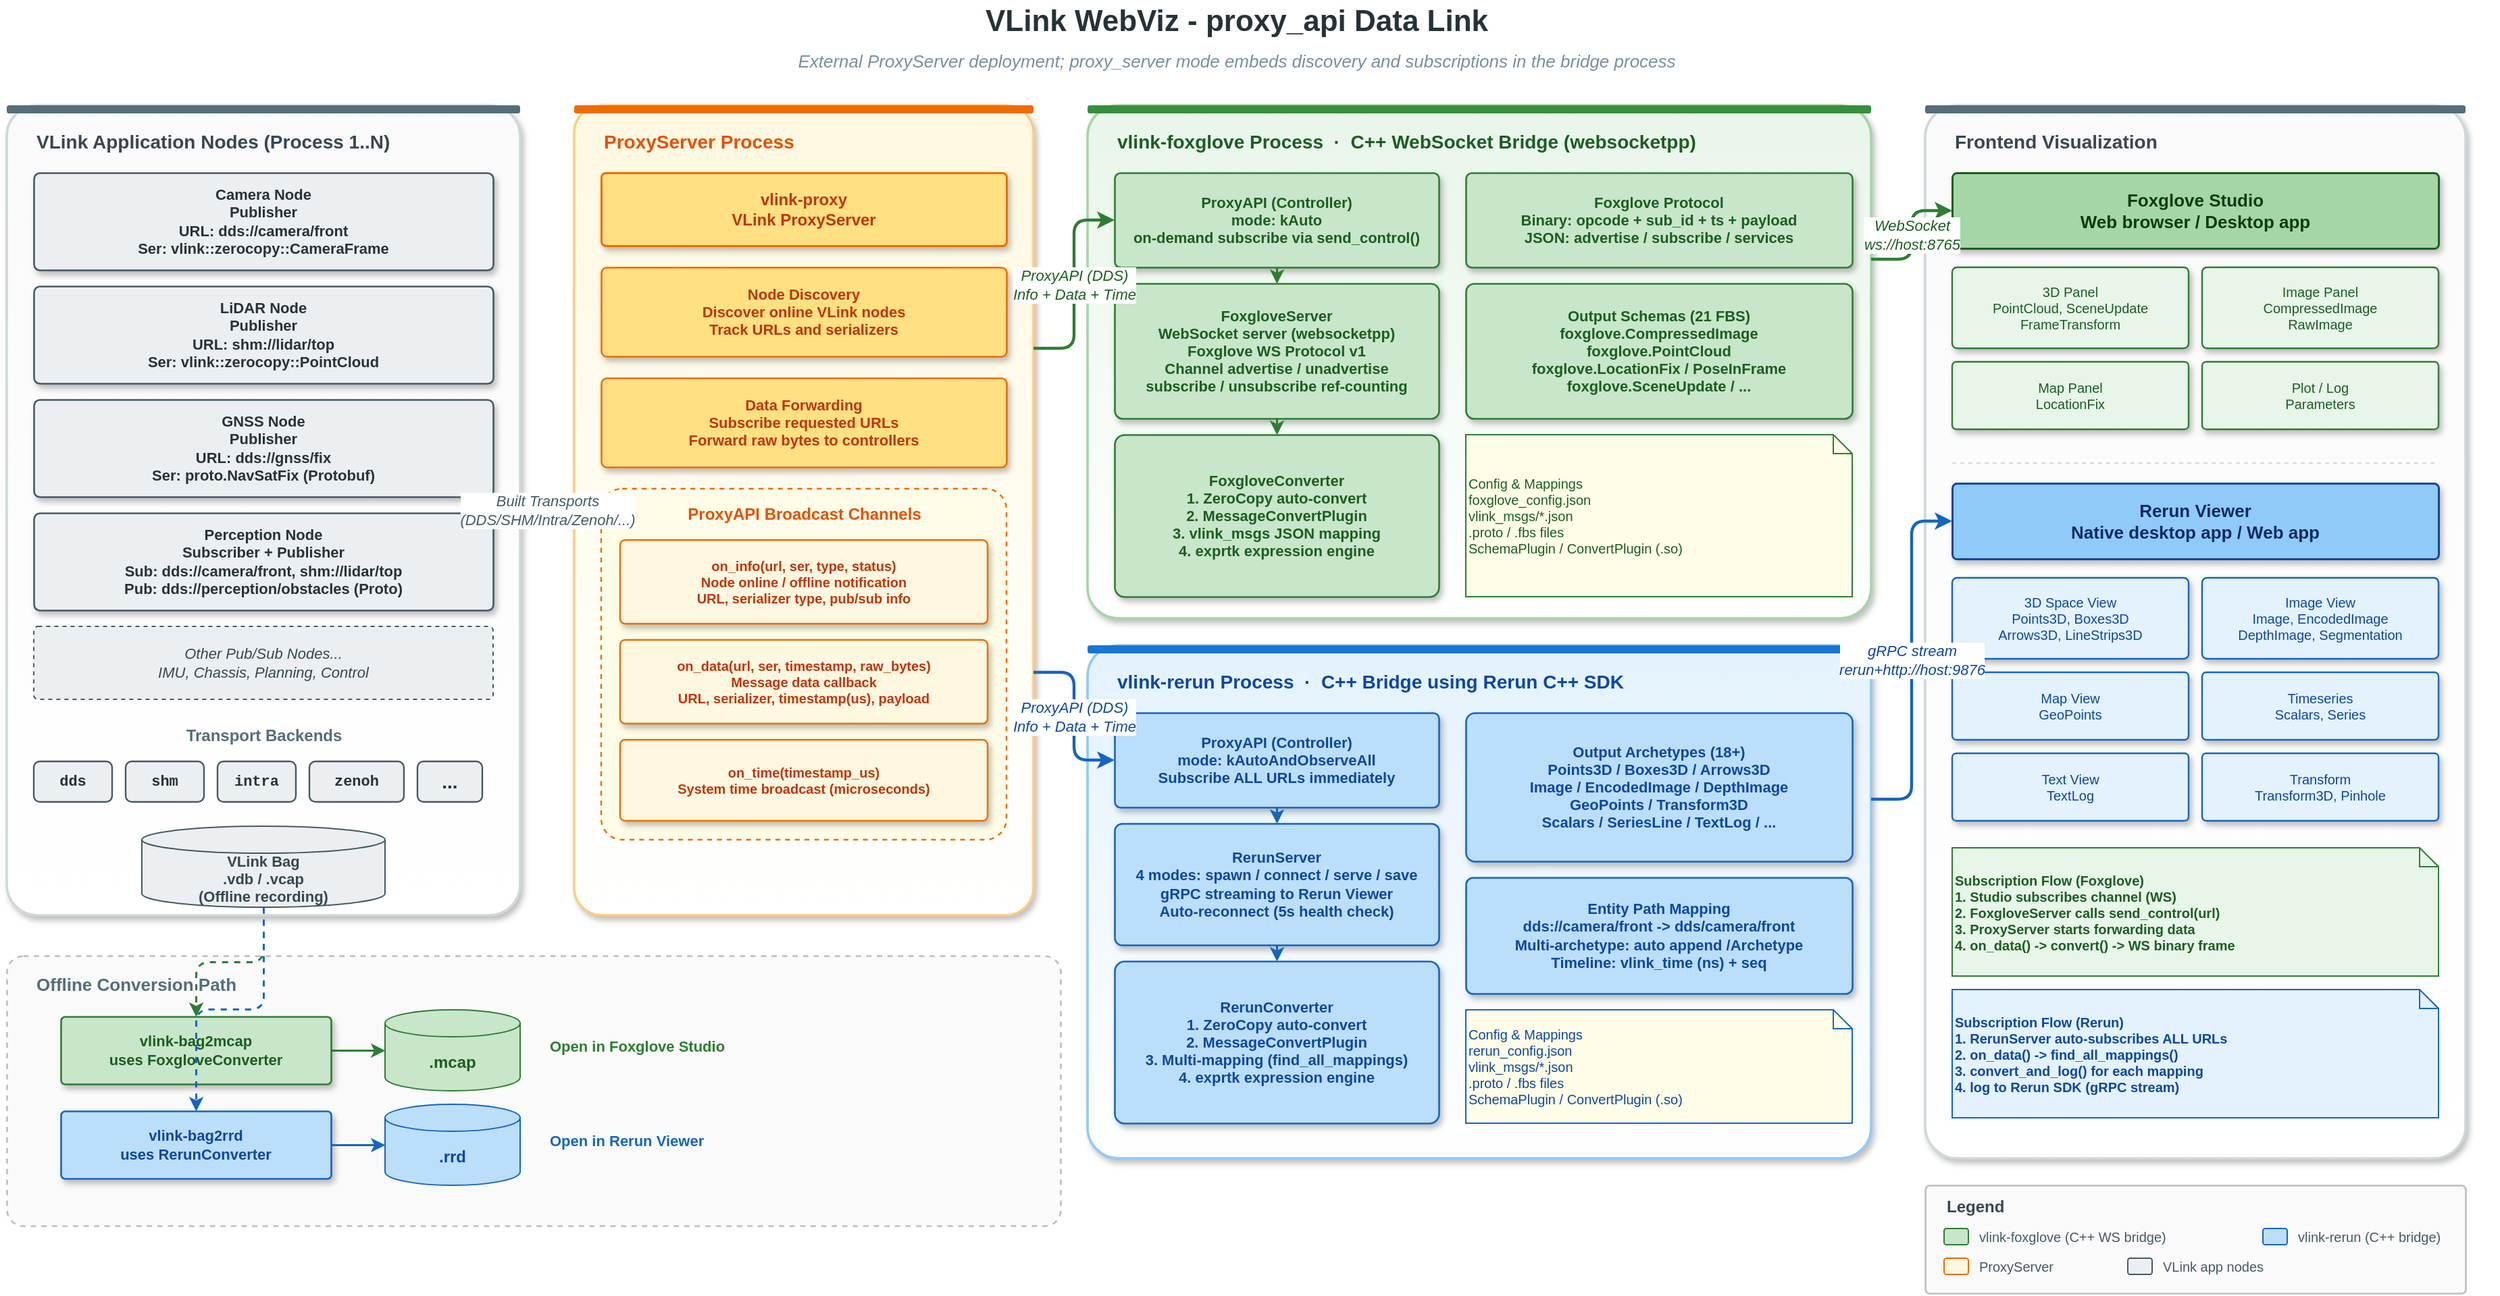
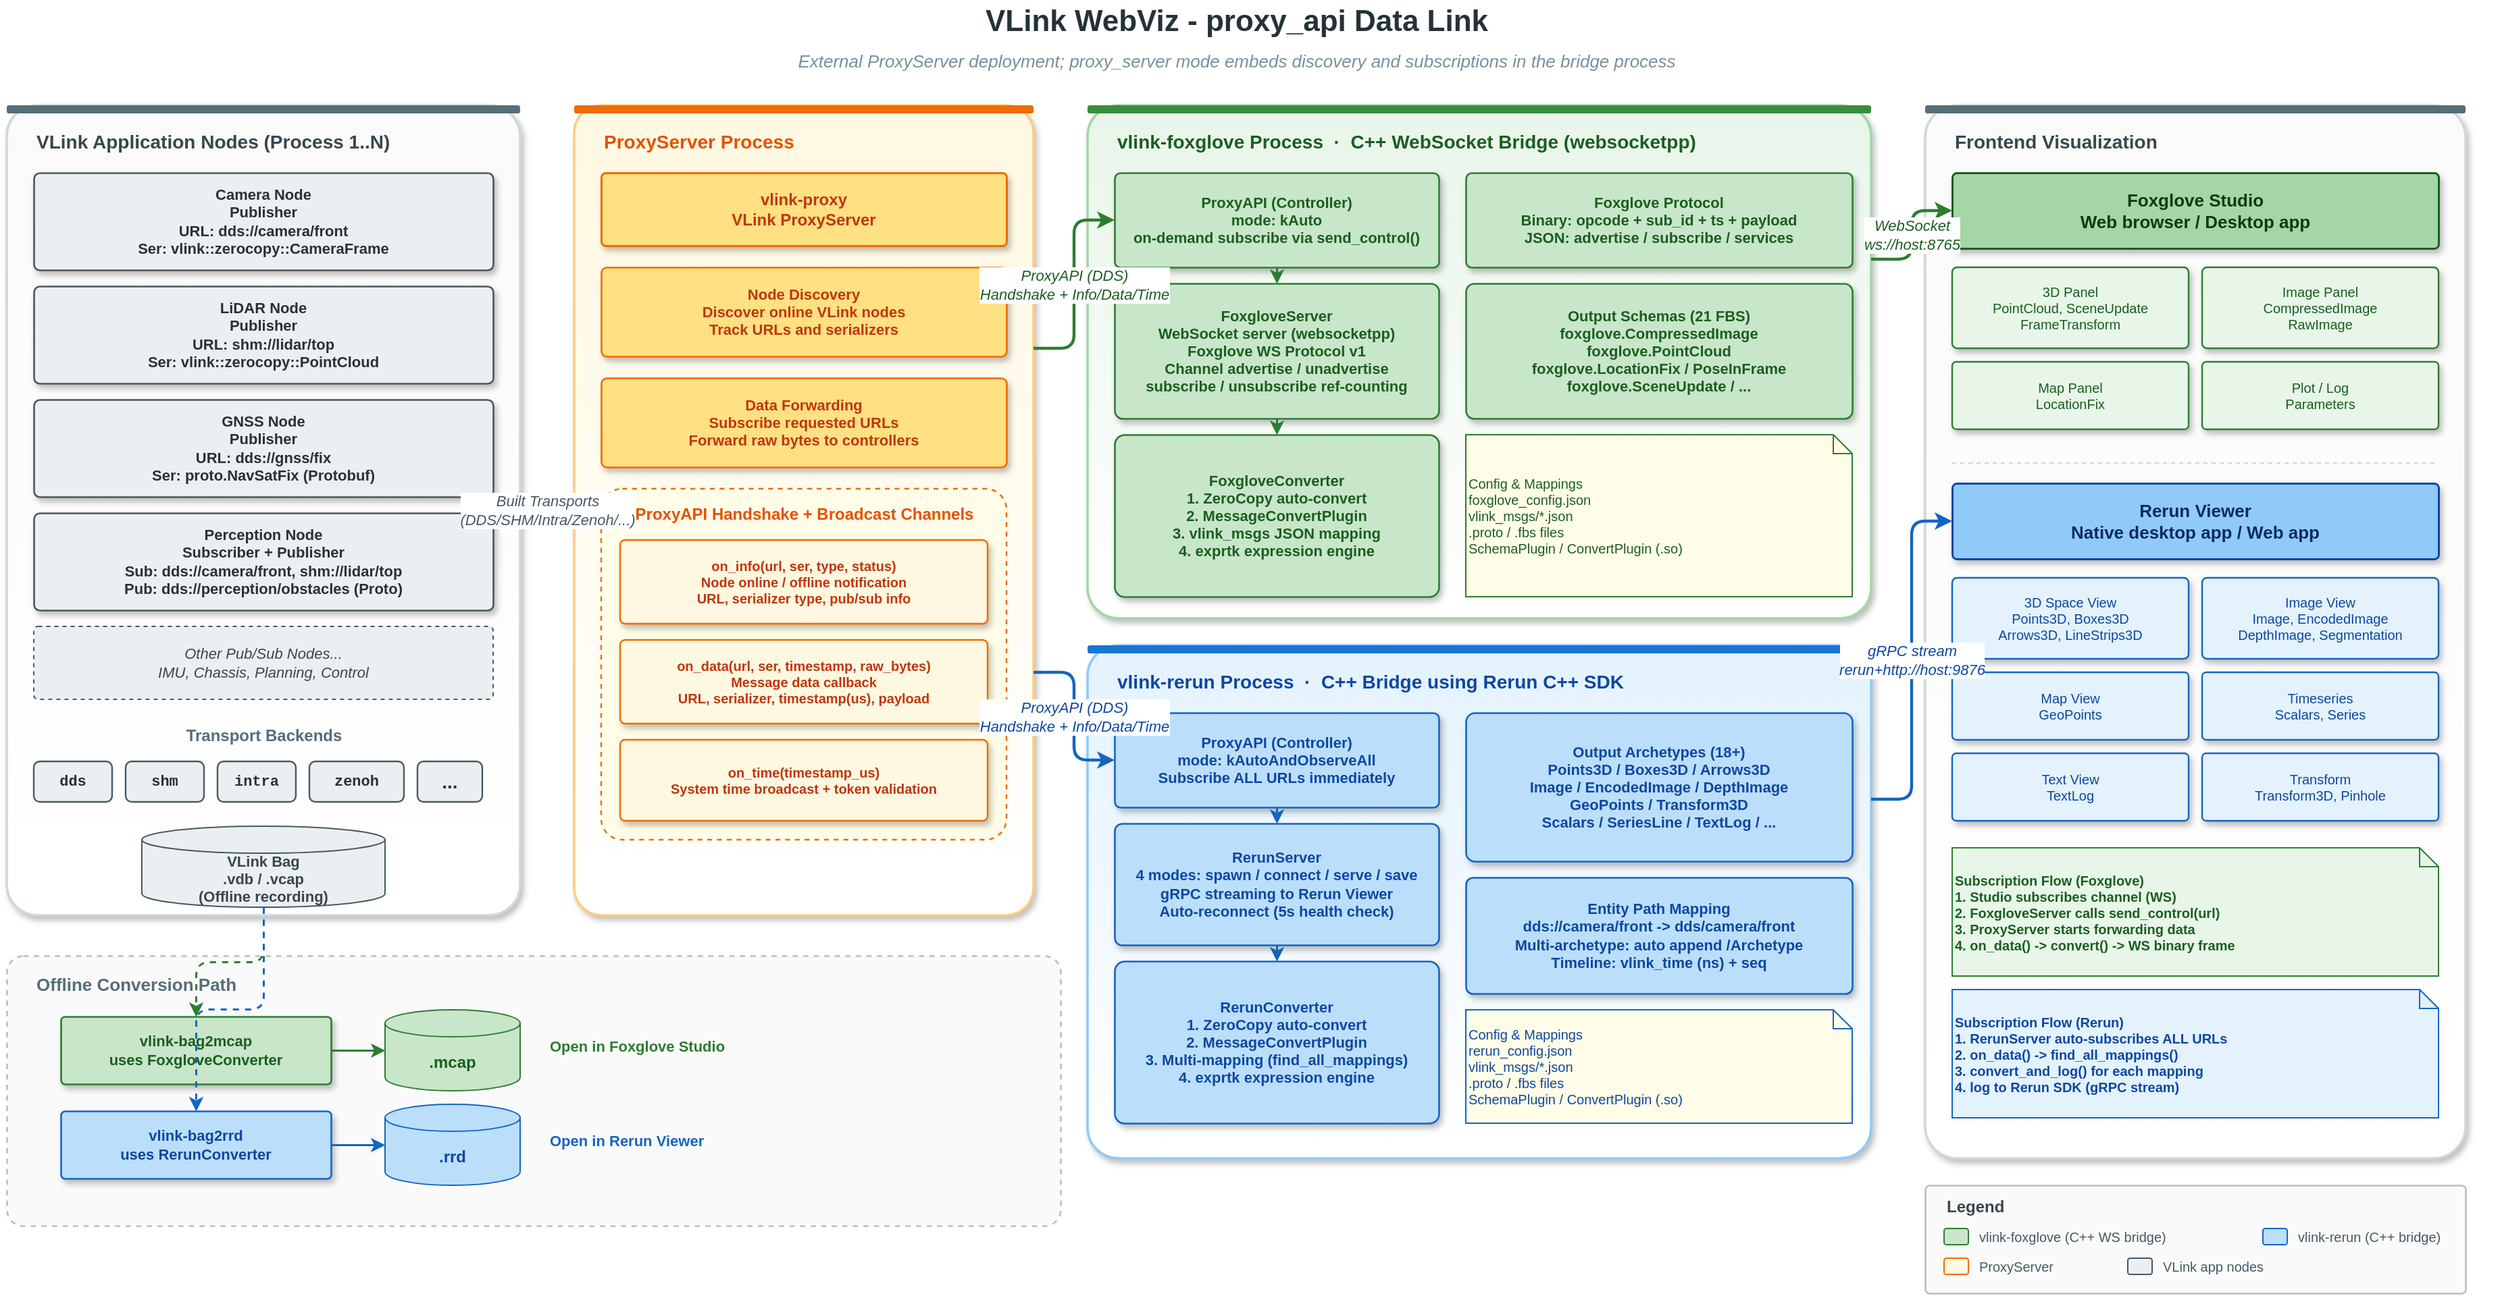
<mxfile host="app.diagrams.net" modified="2026-04-23T00:00:00.000Z" agent="Claude" version="24.0.0" type="device">
  <diagram id="webviz-datalink" name="WebViz Data Link">
    <mxGraphModel dx="1900" dy="1000" grid="0" gridSize="10" guides="1" tooltips="1" connect="1" arrows="1" fold="1" page="1" pageScale="1" pageWidth="1900" pageHeight="1000" math="0" shadow="0">
      <root>
        <mxCell id="0" />
        <mxCell id="1" parent="0" />

        <!-- Title -->
        <mxCell id="title" value="VLink WebViz - proxy_api Data Link" style="text;html=1;align=center;verticalAlign=middle;strokeColor=none;fillColor=none;fontSize=22;fontStyle=1;fontColor=#263238;" vertex="1" parent="1">
          <mxGeometry x="40" y="22" width="1820" height="32" as="geometry" />
        </mxCell>
        <mxCell id="subtitle" value="External ProxyServer deployment; proxy_server mode embeds discovery and subscriptions in the bridge process" style="text;html=1;align=center;verticalAlign=middle;strokeColor=none;fillColor=none;fontSize=13;fontStyle=2;fontColor=#78909c;" vertex="1" parent="1">
          <mxGeometry x="40" y="56" width="1820" height="22" as="geometry" />
        </mxCell>

        <!-- ==================== Column 1: Application Nodes ==================== -->
        <mxCell id="app_bg" value="" style="rounded=1;whiteSpace=wrap;html=1;fillColor=#ffffff;strokeColor=#cfd8dc;strokeWidth=1.8;arcSize=6;shadow=1;gradientColor=#fafafa;gradientDirection=north;" vertex="1" parent="1">
          <mxGeometry x="40" y="100" width="380" height="600" as="geometry" />
        </mxCell>
        <mxCell id="app_bar" value="" style="rounded=1;whiteSpace=wrap;html=1;fillColor=#546e7a;strokeColor=none;arcSize=30;" vertex="1" parent="1">
          <mxGeometry x="40" y="100" width="380" height="6" as="geometry" />
        </mxCell>
        <mxCell id="app_title" value="VLink Application Nodes (Process 1..N)" style="text;html=1;align=left;verticalAlign=middle;strokeColor=none;fillColor=none;fontSize=14;fontStyle=1;fontColor=#37474f;" vertex="1" parent="1">
          <mxGeometry x="60" y="114" width="340" height="26" as="geometry" />
        </mxCell>

        <!-- Camera Node -->
        <mxCell id="node1" value="Camera Node&#10;Publisher&lt;CameraFrame&gt;&#10;URL: dds://camera/front&#10;Ser: vlink::zerocopy::CameraFrame" style="rounded=1;whiteSpace=wrap;html=1;fillColor=#eceff1;strokeColor=#455a64;strokeWidth=1.3;fontSize=11;fontStyle=1;fontColor=#263238;shadow=1;arcSize=6;" vertex="1" parent="1">
          <mxGeometry x="60" y="150" width="340" height="72" as="geometry" />
        </mxCell>

        <!-- LiDAR Node -->
        <mxCell id="node2" value="LiDAR Node&#10;Publisher&lt;PointCloud&gt;&#10;URL: shm://lidar/top&#10;Ser: vlink::zerocopy::PointCloud" style="rounded=1;whiteSpace=wrap;html=1;fillColor=#eceff1;strokeColor=#455a64;strokeWidth=1.3;fontSize=11;fontStyle=1;fontColor=#263238;shadow=1;arcSize=6;" vertex="1" parent="1">
          <mxGeometry x="60" y="234" width="340" height="72" as="geometry" />
        </mxCell>

        <!-- GNSS Node -->
        <mxCell id="node3" value="GNSS Node&#10;Publisher&lt;NavSatFix&gt;&#10;URL: dds://gnss/fix&#10;Ser: proto.NavSatFix (Protobuf)" style="rounded=1;whiteSpace=wrap;html=1;fillColor=#eceff1;strokeColor=#455a64;strokeWidth=1.3;fontSize=11;fontStyle=1;fontColor=#263238;shadow=1;arcSize=6;" vertex="1" parent="1">
          <mxGeometry x="60" y="318" width="340" height="72" as="geometry" />
        </mxCell>

        <!-- Perception Node (slightly different neutral color to indicate sub+pub) -->
        <mxCell id="node4" value="Perception Node&#10;Subscriber + Publisher&#10;Sub: dds://camera/front, shm://lidar/top&#10;Pub: dds://perception/obstacles (Proto)" style="rounded=1;whiteSpace=wrap;html=1;fillColor=#eceff1;strokeColor=#455a64;strokeWidth=1.3;fontSize=11;fontStyle=1;fontColor=#263238;shadow=1;arcSize=6;" vertex="1" parent="1">
          <mxGeometry x="60" y="402" width="340" height="72" as="geometry" />
        </mxCell>

        <!-- Other nodes placeholder -->
        <mxCell id="node5" value="Other Pub/Sub Nodes...&#10;IMU, Chassis, Planning, Control" style="rounded=1;whiteSpace=wrap;html=1;fillColor=#eceff1;strokeColor=#455a64;strokeWidth=1;fontSize=11;fontStyle=2;fontColor=#37474f;shadow=0;arcSize=6;dashed=1;" vertex="1" parent="1">
          <mxGeometry x="60" y="486" width="340" height="54" as="geometry" />
        </mxCell>

        <!-- Transport chips -->
        <mxCell id="transport_label" value="Transport Backends" style="text;html=1;align=center;verticalAlign=middle;strokeColor=none;fillColor=none;fontSize=12;fontStyle=1;fontColor=#546e7a;" vertex="1" parent="1">
          <mxGeometry x="60" y="556" width="340" height="22" as="geometry" />
        </mxCell>
        <mxCell id="t_dds" value="dds" style="rounded=1;whiteSpace=wrap;html=1;fillColor=#eceff1;strokeColor=#455a64;strokeWidth=1.2;fontSize=11;fontFamily=Courier New;fontStyle=1;fontColor=#263238;" vertex="1" parent="1">
          <mxGeometry x="60" y="586" width="58" height="30" as="geometry" />
        </mxCell>
        <mxCell id="t_shm" value="shm" style="rounded=1;whiteSpace=wrap;html=1;fillColor=#eceff1;strokeColor=#455a64;strokeWidth=1.2;fontSize=11;fontFamily=Courier New;fontStyle=1;fontColor=#263238;" vertex="1" parent="1">
          <mxGeometry x="128" y="586" width="58" height="30" as="geometry" />
        </mxCell>
        <mxCell id="t_intra" value="intra" style="rounded=1;whiteSpace=wrap;html=1;fillColor=#eceff1;strokeColor=#455a64;strokeWidth=1.2;fontSize=11;fontFamily=Courier New;fontStyle=1;fontColor=#263238;" vertex="1" parent="1">
          <mxGeometry x="196" y="586" width="58" height="30" as="geometry" />
        </mxCell>
        <mxCell id="t_zenoh" value="zenoh" style="rounded=1;whiteSpace=wrap;html=1;fillColor=#eceff1;strokeColor=#455a64;strokeWidth=1.2;fontSize=11;fontFamily=Courier New;fontStyle=1;fontColor=#263238;" vertex="1" parent="1">
          <mxGeometry x="264" y="586" width="70" height="30" as="geometry" />
        </mxCell>
        <mxCell id="t_more" value="..." style="rounded=1;whiteSpace=wrap;html=1;fillColor=#eceff1;strokeColor=#455a64;strokeWidth=1.2;fontSize=14;fontStyle=1;fontColor=#263238;" vertex="1" parent="1">
          <mxGeometry x="344" y="586" width="48" height="30" as="geometry" />
        </mxCell>

        <mxCell id="offline_bag" value="VLink Bag&#10;.vdb / .vcap&#10;(Offline recording)" style="shape=cylinder3;whiteSpace=wrap;html=1;boundedLbl=1;backgroundOutline=1;size=10;fillColor=#eceff1;strokeColor=#455a64;fontSize=11;fontStyle=1;fontColor=#37474f;" vertex="1" parent="1">
          <mxGeometry x="140" y="634" width="180" height="60" as="geometry" />
        </mxCell>

        <!-- ==================== Column 2: ProxyServer ==================== -->
        <mxCell id="proxy_bg" value="" style="rounded=1;whiteSpace=wrap;html=1;fillColor=#ffffff;strokeColor=#ffcc80;strokeWidth=1.8;arcSize=6;shadow=1;gradientColor=#fff8e1;gradientDirection=north;" vertex="1" parent="1">
          <mxGeometry x="460" y="100" width="340" height="600" as="geometry" />
        </mxCell>
        <mxCell id="proxy_bar" value="" style="rounded=1;whiteSpace=wrap;html=1;fillColor=#ef6c00;strokeColor=none;arcSize=30;" vertex="1" parent="1">
          <mxGeometry x="460" y="100" width="340" height="6" as="geometry" />
        </mxCell>
        <mxCell id="proxy_title" value="ProxyServer Process" style="text;html=1;align=left;verticalAlign=middle;strokeColor=none;fillColor=none;fontSize=14;fontStyle=1;fontColor=#e65100;" vertex="1" parent="1">
          <mxGeometry x="480" y="114" width="300" height="26" as="geometry" />
        </mxCell>

        <mxCell id="proxy_core" value="vlink-proxy&#10;VLink ProxyServer" style="rounded=1;whiteSpace=wrap;html=1;fillColor=#ffe082;strokeColor=#ef6c00;strokeWidth=1.5;fontSize=12;fontStyle=1;fontColor=#bf360c;shadow=1;arcSize=6;" vertex="1" parent="1">
          <mxGeometry x="480" y="150" width="300" height="54" as="geometry" />
        </mxCell>

        <mxCell id="proxy_discover" value="Node Discovery&#10;Discover online VLink nodes&#10;Track URLs and serializers" style="rounded=1;whiteSpace=wrap;html=1;fillColor=#ffe082;strokeColor=#ef6c00;strokeWidth=1.3;fontSize=11;fontStyle=1;fontColor=#bf360c;shadow=1;arcSize=6;" vertex="1" parent="1">
          <mxGeometry x="480" y="220" width="300" height="66" as="geometry" />
        </mxCell>

        <mxCell id="proxy_forward" value="Data Forwarding&#10;Subscribe requested URLs&#10;Forward raw bytes to controllers" style="rounded=1;whiteSpace=wrap;html=1;fillColor=#ffe082;strokeColor=#ef6c00;strokeWidth=1.3;fontSize=11;fontStyle=1;fontColor=#bf360c;shadow=1;arcSize=6;" vertex="1" parent="1">
          <mxGeometry x="480" y="302" width="300" height="66" as="geometry" />
        </mxCell>

        <!-- ProxyAPI callbacks container -->
        <mxCell id="proxy_api_box" value="" style="rounded=1;whiteSpace=wrap;html=1;fillColor=#fffde7;strokeColor=#ef6c00;strokeWidth=1.2;arcSize=6;dashed=1;" vertex="1" parent="1">
          <mxGeometry x="480" y="384" width="300" height="260" as="geometry" />
        </mxCell>
-         <mxCell id="proxy_api_title" value="ProxyAPI Broadcast Channels" style="text;html=1;align=center;verticalAlign=middle;strokeColor=none;fillColor=none;fontSize=12;fontStyle=1;fontColor=#e65100;" vertex="1" parent="1">
+         <mxCell id="proxy_api_title" value="ProxyAPI Handshake + Broadcast Channels" style="text;html=1;align=center;verticalAlign=middle;strokeColor=none;fillColor=none;fontSize=12;fontStyle=1;fontColor=#e65100;" vertex="1" parent="1">
          <mxGeometry x="480" y="392" width="300" height="22" as="geometry" />
        </mxCell>

        <mxCell id="cb_info" value="on_info(url, ser, type, status)&#10;Node online / offline notification&#10;URL, serializer type, pub/sub info" style="rounded=1;whiteSpace=wrap;html=1;fillColor=#fff8e1;strokeColor=#ef6c00;strokeWidth=1.2;fontSize=10;fontStyle=1;fontColor=#bf360c;shadow=1;arcSize=6;" vertex="1" parent="1">
          <mxGeometry x="494" y="422" width="272" height="62" as="geometry" />
        </mxCell>

        <mxCell id="cb_data" value="on_data(url, ser, timestamp, raw_bytes)&#10;Message data callback&#10;URL, serializer, timestamp(us), payload" style="rounded=1;whiteSpace=wrap;html=1;fillColor=#fff8e1;strokeColor=#ef6c00;strokeWidth=1.2;fontSize=10;fontStyle=1;fontColor=#bf360c;shadow=1;arcSize=6;" vertex="1" parent="1">
          <mxGeometry x="494" y="496" width="272" height="62" as="geometry" />
        </mxCell>

-         <mxCell id="cb_time" value="on_time(timestamp_us)&#10;System time broadcast (microseconds)" style="rounded=1;whiteSpace=wrap;html=1;fillColor=#fff8e1;strokeColor=#ef6c00;strokeWidth=1.2;fontSize=10;fontStyle=1;fontColor=#bf360c;shadow=1;arcSize=6;" vertex="1" parent="1">
+         <mxCell id="cb_time" value="on_time(timestamp_us)&#10;System time broadcast + token validation" style="rounded=1;whiteSpace=wrap;html=1;fillColor=#fff8e1;strokeColor=#ef6c00;strokeWidth=1.2;fontSize=10;fontStyle=1;fontColor=#bf360c;shadow=1;arcSize=6;" vertex="1" parent="1">
          <mxGeometry x="494" y="570" width="272" height="60" as="geometry" />
        </mxCell>

        <!-- App -> Proxy arrow -->
        <mxCell id="e_app_proxy" value="Built Transports&#10;(DDS/SHM/Intra/Zenoh/...)" style="endArrow=classic;endFill=1;html=1;strokeWidth=2.2;strokeColor=#616161;fontSize=11;fontStyle=2;fontColor=#455a64;labelBackgroundColor=#ffffff;edgeStyle=orthogonalEdgeStyle;rounded=1;exitX=1;exitY=0.5;exitDx=0;exitDy=0;entryX=0;entryY=0.5;entryDx=0;entryDy=0;" edge="1" source="app_bg" target="proxy_bg" parent="1">
          <mxGeometry relative="1" as="geometry" />
        </mxCell>

        <!-- ==================== Column 3: vlink-foxglove (GREEN) ==================== -->
        <mxCell id="fg_bg" value="" style="rounded=1;whiteSpace=wrap;html=1;fillColor=#ffffff;strokeColor=#a5d6a7;strokeWidth=1.8;arcSize=6;shadow=1;gradientColor=#e8f5e9;gradientDirection=north;" vertex="1" parent="1">
          <mxGeometry x="840" y="100" width="580" height="380" as="geometry" />
        </mxCell>
        <mxCell id="fg_bar" value="" style="rounded=1;whiteSpace=wrap;html=1;fillColor=#388e3c;strokeColor=none;arcSize=30;" vertex="1" parent="1">
          <mxGeometry x="840" y="100" width="580" height="6" as="geometry" />
        </mxCell>
        <mxCell id="fg_title" value="vlink-foxglove Process &#160;&#183;&#160; C++ WebSocket Bridge (websocketpp)" style="text;html=1;align=left;verticalAlign=middle;strokeColor=none;fillColor=none;fontSize=14;fontStyle=1;fontColor=#1b5e20;" vertex="1" parent="1">
          <mxGeometry x="860" y="114" width="540" height="26" as="geometry" />
        </mxCell>

        <mxCell id="fg_proxy_api" value="ProxyAPI (Controller)&#10;mode: kAuto&#10;on-demand subscribe via send_control()" style="rounded=1;whiteSpace=wrap;html=1;fillColor=#c8e6c9;strokeColor=#2e7d32;strokeWidth=1.3;fontSize=11;fontStyle=1;fontColor=#1b5e20;shadow=1;arcSize=6;" vertex="1" parent="1">
          <mxGeometry x="860" y="150" width="240" height="70" as="geometry" />
        </mxCell>

        <mxCell id="fg_ws_server" value="FoxgloveServer&#10;WebSocket server (websocketpp)&#10;Foxglove WS Protocol v1&#10;Channel advertise / unadvertise&#10;subscribe / unsubscribe ref-counting" style="rounded=1;whiteSpace=wrap;html=1;fillColor=#c8e6c9;strokeColor=#2e7d32;strokeWidth=1.3;fontSize=11;fontStyle=1;fontColor=#1b5e20;shadow=1;arcSize=6;" vertex="1" parent="1">
          <mxGeometry x="860" y="232" width="240" height="100" as="geometry" />
        </mxCell>

        <mxCell id="fg_converter" value="FoxgloveConverter&#10;1. ZeroCopy auto-convert&#10;2. MessageConvertPlugin&#10;3. vlink_msgs JSON mapping&#10;4. exprtk expression engine" style="rounded=1;whiteSpace=wrap;html=1;fillColor=#c8e6c9;strokeColor=#2e7d32;strokeWidth=1.3;fontSize=11;fontStyle=1;fontColor=#1b5e20;shadow=1;arcSize=6;" vertex="1" parent="1">
          <mxGeometry x="860" y="344" width="240" height="120" as="geometry" />
        </mxCell>

        <mxCell id="fg_protocol" value="Foxglove Protocol&#10;Binary: opcode + sub_id + ts + payload&#10;JSON: advertise / subscribe / services" style="rounded=1;whiteSpace=wrap;html=1;fillColor=#c8e6c9;strokeColor=#2e7d32;strokeWidth=1.3;fontSize=11;fontStyle=1;fontColor=#1b5e20;shadow=1;arcSize=6;" vertex="1" parent="1">
          <mxGeometry x="1120" y="150" width="286" height="70" as="geometry" />
        </mxCell>

        <mxCell id="fg_schema_out" value="Output Schemas (21 FBS)&#10;foxglove.CompressedImage&#10;foxglove.PointCloud&#10;foxglove.LocationFix / PoseInFrame&#10;foxglove.SceneUpdate / ..." style="rounded=1;whiteSpace=wrap;html=1;fillColor=#c8e6c9;strokeColor=#2e7d32;strokeWidth=1.3;fontSize=11;fontStyle=1;fontColor=#1b5e20;shadow=1;arcSize=6;" vertex="1" parent="1">
          <mxGeometry x="1120" y="232" width="286" height="100" as="geometry" />
        </mxCell>

        <mxCell id="fg_config" value="Config &amp; Mappings&#10;foxglove_config.json&#10;vlink_msgs/*.json&#10;.proto / .fbs files&#10;SchemaPlugin / ConvertPlugin (.so)" style="shape=note;whiteSpace=wrap;html=1;backgroundOutline=1;size=14;fillColor=#fffde7;strokeColor=#2e7d32;fontSize=10;fontColor=#1b5e20;align=left;" vertex="1" parent="1">
          <mxGeometry x="1120" y="344" width="286" height="120" as="geometry" />
        </mxCell>

        <!-- internal arrows -->
        <mxCell id="e_fg1" style="endArrow=classic;endFill=1;html=1;strokeWidth=1.5;strokeColor=#2e7d32;edgeStyle=orthogonalEdgeStyle;rounded=1;" edge="1" source="fg_proxy_api" target="fg_ws_server" parent="1">
          <mxGeometry relative="1" as="geometry" />
        </mxCell>
        <mxCell id="e_fg2" style="endArrow=classic;endFill=1;html=1;strokeWidth=1.5;strokeColor=#2e7d32;edgeStyle=orthogonalEdgeStyle;rounded=1;" edge="1" source="fg_ws_server" target="fg_converter" parent="1">
          <mxGeometry relative="1" as="geometry" />
        </mxCell>

        <!-- ==================== Column 3: vlink-rerun (BLUE) ==================== -->
        <mxCell id="rr_bg" value="" style="rounded=1;whiteSpace=wrap;html=1;fillColor=#ffffff;strokeColor=#90caf9;strokeWidth=1.8;arcSize=6;shadow=1;gradientColor=#e3f2fd;gradientDirection=north;" vertex="1" parent="1">
          <mxGeometry x="840" y="500" width="580" height="380" as="geometry" />
        </mxCell>
        <mxCell id="rr_bar" value="" style="rounded=1;whiteSpace=wrap;html=1;fillColor=#1976d2;strokeColor=none;arcSize=30;" vertex="1" parent="1">
          <mxGeometry x="840" y="500" width="580" height="6" as="geometry" />
        </mxCell>
        <mxCell id="rr_title" value="vlink-rerun Process &#160;&#183;&#160; C++ Bridge using Rerun C++ SDK" style="text;html=1;align=left;verticalAlign=middle;strokeColor=none;fillColor=none;fontSize=14;fontStyle=1;fontColor=#0d47a1;" vertex="1" parent="1">
          <mxGeometry x="860" y="514" width="540" height="26" as="geometry" />
        </mxCell>

        <mxCell id="rr_proxy_api" value="ProxyAPI (Controller)&#10;mode: kAutoAndObserveAll&#10;Subscribe ALL URLs immediately" style="rounded=1;whiteSpace=wrap;html=1;fillColor=#bbdefb;strokeColor=#1565c0;strokeWidth=1.3;fontSize=11;fontStyle=1;fontColor=#0d47a1;shadow=1;arcSize=6;" vertex="1" parent="1">
          <mxGeometry x="860" y="550" width="240" height="70" as="geometry" />
        </mxCell>

        <mxCell id="rr_server" value="RerunServer&#10;4 modes: spawn / connect / serve / save&#10;gRPC streaming to Rerun Viewer&#10;Auto-reconnect (5s health check)" style="rounded=1;whiteSpace=wrap;html=1;fillColor=#bbdefb;strokeColor=#1565c0;strokeWidth=1.3;fontSize=11;fontStyle=1;fontColor=#0d47a1;shadow=1;arcSize=6;" vertex="1" parent="1">
          <mxGeometry x="860" y="632" width="240" height="90" as="geometry" />
        </mxCell>

        <mxCell id="rr_converter" value="RerunConverter&#10;1. ZeroCopy auto-convert&#10;2. MessageConvertPlugin&#10;3. Multi-mapping (find_all_mappings)&#10;4. exprtk expression engine" style="rounded=1;whiteSpace=wrap;html=1;fillColor=#bbdefb;strokeColor=#1565c0;strokeWidth=1.3;fontSize=11;fontStyle=1;fontColor=#0d47a1;shadow=1;arcSize=6;" vertex="1" parent="1">
          <mxGeometry x="860" y="734" width="240" height="120" as="geometry" />
        </mxCell>

        <mxCell id="rr_arche_out" value="Output Archetypes (18+)&#10;Points3D / Boxes3D / Arrows3D&#10;Image / EncodedImage / DepthImage&#10;GeoPoints / Transform3D&#10;Scalars / SeriesLine / TextLog / ..." style="rounded=1;whiteSpace=wrap;html=1;fillColor=#bbdefb;strokeColor=#1565c0;strokeWidth=1.3;fontSize=11;fontStyle=1;fontColor=#0d47a1;shadow=1;arcSize=6;" vertex="1" parent="1">
          <mxGeometry x="1120" y="550" width="286" height="110" as="geometry" />
        </mxCell>

        <mxCell id="rr_entity" value="Entity Path Mapping&#10;dds://camera/front -&gt; dds/camera/front&#10;Multi-archetype: auto append /Archetype&#10;Timeline: vlink_time (ns) + seq" style="rounded=1;whiteSpace=wrap;html=1;fillColor=#bbdefb;strokeColor=#1565c0;strokeWidth=1.3;fontSize=11;fontStyle=1;fontColor=#0d47a1;shadow=1;arcSize=6;" vertex="1" parent="1">
          <mxGeometry x="1120" y="672" width="286" height="86" as="geometry" />
        </mxCell>

        <mxCell id="rr_config" value="Config &amp; Mappings&#10;rerun_config.json&#10;vlink_msgs/*.json&#10;.proto / .fbs files&#10;SchemaPlugin / ConvertPlugin (.so)" style="shape=note;whiteSpace=wrap;html=1;backgroundOutline=1;size=14;fillColor=#fffde7;strokeColor=#1565c0;fontSize=10;fontColor=#0d47a1;align=left;" vertex="1" parent="1">
          <mxGeometry x="1120" y="770" width="286" height="84" as="geometry" />
        </mxCell>

        <mxCell id="e_rr1" style="endArrow=classic;endFill=1;html=1;strokeWidth=1.5;strokeColor=#1565c0;edgeStyle=orthogonalEdgeStyle;rounded=1;" edge="1" source="rr_proxy_api" target="rr_server" parent="1">
          <mxGeometry relative="1" as="geometry" />
        </mxCell>
        <mxCell id="e_rr2" style="endArrow=classic;endFill=1;html=1;strokeWidth=1.5;strokeColor=#1565c0;edgeStyle=orthogonalEdgeStyle;rounded=1;" edge="1" source="rr_server" target="rr_converter" parent="1">
          <mxGeometry relative="1" as="geometry" />
        </mxCell>

        <!-- Proxy -> bridges -->
-         <mxCell id="e_proxy_fg" value="ProxyAPI (DDS)&#10;Info + Data + Time" style="endArrow=classic;endFill=1;html=1;strokeWidth=2.2;strokeColor=#2e7d32;fontSize=11;fontStyle=2;fontColor=#1b5e20;labelBackgroundColor=#ffffff;edgeStyle=orthogonalEdgeStyle;rounded=1;exitX=1;exitY=0.3;exitDx=0;exitDy=0;entryX=0;entryY=0.5;entryDx=0;entryDy=0;" edge="1" source="proxy_bg" target="fg_proxy_api" parent="1">
-           <mxGeometry relative="1" as="geometry" />
-         </mxCell>
-         <mxCell id="e_proxy_rr" value="ProxyAPI (DDS)&#10;Info + Data + Time" style="endArrow=classic;endFill=1;html=1;strokeWidth=2.2;strokeColor=#1565c0;fontSize=11;fontStyle=2;fontColor=#0d47a1;labelBackgroundColor=#ffffff;edgeStyle=orthogonalEdgeStyle;rounded=1;exitX=1;exitY=0.7;exitDx=0;exitDy=0;entryX=0;entryY=0.5;entryDx=0;entryDy=0;" edge="1" source="proxy_bg" target="rr_proxy_api" parent="1">
+         <mxCell id="e_proxy_fg" value="ProxyAPI (DDS)&#10;Handshake + Info/Data/Time" style="endArrow=classic;endFill=1;html=1;strokeWidth=2.2;strokeColor=#2e7d32;fontSize=11;fontStyle=2;fontColor=#1b5e20;labelBackgroundColor=#ffffff;edgeStyle=orthogonalEdgeStyle;rounded=1;exitX=1;exitY=0.3;exitDx=0;exitDy=0;entryX=0;entryY=0.5;entryDx=0;entryDy=0;" edge="1" source="proxy_bg" target="fg_proxy_api" parent="1">
+           <mxGeometry relative="1" as="geometry" />
+         </mxCell>
+         <mxCell id="e_proxy_rr" value="ProxyAPI (DDS)&#10;Handshake + Info/Data/Time" style="endArrow=classic;endFill=1;html=1;strokeWidth=2.2;strokeColor=#1565c0;fontSize=11;fontStyle=2;fontColor=#0d47a1;labelBackgroundColor=#ffffff;edgeStyle=orthogonalEdgeStyle;rounded=1;exitX=1;exitY=0.7;exitDx=0;exitDy=0;entryX=0;entryY=0.5;entryDx=0;entryDy=0;" edge="1" source="proxy_bg" target="rr_proxy_api" parent="1">
          <mxGeometry relative="1" as="geometry" />
        </mxCell>

        <!-- ==================== Column 4: Frontend Viewers ==================== -->
        <mxCell id="fe_bg" value="" style="rounded=1;whiteSpace=wrap;html=1;fillColor=#ffffff;strokeColor=#cfd8dc;strokeWidth=1.8;arcSize=6;shadow=1;gradientColor=#fafafa;gradientDirection=north;" vertex="1" parent="1">
          <mxGeometry x="1460" y="100" width="400" height="780" as="geometry" />
        </mxCell>
        <mxCell id="fe_bar" value="" style="rounded=1;whiteSpace=wrap;html=1;fillColor=#546e7a;strokeColor=none;arcSize=30;" vertex="1" parent="1">
          <mxGeometry x="1460" y="100" width="400" height="6" as="geometry" />
        </mxCell>
        <mxCell id="fe_title" value="Frontend Visualization" style="text;html=1;align=left;verticalAlign=middle;strokeColor=none;fillColor=none;fontSize=14;fontStyle=1;fontColor=#37474f;" vertex="1" parent="1">
          <mxGeometry x="1480" y="114" width="360" height="26" as="geometry" />
        </mxCell>

        <!-- Foxglove Studio -->
        <mxCell id="foxglove_studio" value="Foxglove Studio&#10;Web browser / Desktop app" style="rounded=1;whiteSpace=wrap;html=1;fillColor=#a5d6a7;strokeColor=#1b5e20;strokeWidth=1.5;fontSize=13;fontStyle=1;fontColor=#0b3d0b;shadow=1;arcSize=6;" vertex="1" parent="1">
          <mxGeometry x="1480" y="150" width="360" height="56" as="geometry" />
        </mxCell>

        <mxCell id="fg_panel_3d" value="3D Panel&#10;PointCloud, SceneUpdate&#10;FrameTransform" style="rounded=1;whiteSpace=wrap;html=1;fillColor=#e8f5e9;strokeColor=#2e7d32;strokeWidth=1.2;fontSize=10;fontColor=#1b5e20;shadow=1;arcSize=6;" vertex="1" parent="1">
          <mxGeometry x="1480" y="220" width="175" height="60" as="geometry" />
        </mxCell>
        <mxCell id="fg_panel_img" value="Image Panel&#10;CompressedImage&#10;RawImage" style="rounded=1;whiteSpace=wrap;html=1;fillColor=#e8f5e9;strokeColor=#2e7d32;strokeWidth=1.2;fontSize=10;fontColor=#1b5e20;shadow=1;arcSize=6;" vertex="1" parent="1">
          <mxGeometry x="1665" y="220" width="175" height="60" as="geometry" />
        </mxCell>
        <mxCell id="fg_panel_map" value="Map Panel&#10;LocationFix" style="rounded=1;whiteSpace=wrap;html=1;fillColor=#e8f5e9;strokeColor=#2e7d32;strokeWidth=1.2;fontSize=10;fontColor=#1b5e20;shadow=1;arcSize=6;" vertex="1" parent="1">
          <mxGeometry x="1480" y="290" width="175" height="50" as="geometry" />
        </mxCell>
        <mxCell id="fg_panel_plot" value="Plot / Log&#10;Parameters" style="rounded=1;whiteSpace=wrap;html=1;fillColor=#e8f5e9;strokeColor=#2e7d32;strokeWidth=1.2;fontSize=10;fontColor=#1b5e20;shadow=1;arcSize=6;" vertex="1" parent="1">
          <mxGeometry x="1665" y="290" width="175" height="50" as="geometry" />
        </mxCell>

        <!-- separator -->
        <mxCell id="fe_sep" value="" style="shape=line;strokeColor=#cfd8dc;strokeWidth=1;dashed=1;" vertex="1" parent="1">
          <mxGeometry x="1480" y="360" width="360" height="10" as="geometry" />
        </mxCell>

        <!-- Rerun Viewer -->
        <mxCell id="rerun_viewer" value="Rerun Viewer&#10;Native desktop app / Web app" style="rounded=1;whiteSpace=wrap;html=1;fillColor=#90caf9;strokeColor=#0d47a1;strokeWidth=1.5;fontSize=13;fontStyle=1;fontColor=#0b2a62;shadow=1;arcSize=6;" vertex="1" parent="1">
          <mxGeometry x="1480" y="380" width="360" height="56" as="geometry" />
        </mxCell>

        <mxCell id="rr_panel_3d" value="3D Space View&#10;Points3D, Boxes3D&#10;Arrows3D, LineStrips3D" style="rounded=1;whiteSpace=wrap;html=1;fillColor=#e3f2fd;strokeColor=#1565c0;strokeWidth=1.2;fontSize=10;fontColor=#0d47a1;shadow=1;arcSize=6;" vertex="1" parent="1">
          <mxGeometry x="1480" y="450" width="175" height="60" as="geometry" />
        </mxCell>
        <mxCell id="rr_panel_img" value="Image View&#10;Image, EncodedImage&#10;DepthImage, Segmentation" style="rounded=1;whiteSpace=wrap;html=1;fillColor=#e3f2fd;strokeColor=#1565c0;strokeWidth=1.2;fontSize=10;fontColor=#0d47a1;shadow=1;arcSize=6;" vertex="1" parent="1">
          <mxGeometry x="1665" y="450" width="175" height="60" as="geometry" />
        </mxCell>
        <mxCell id="rr_panel_map" value="Map View&#10;GeoPoints" style="rounded=1;whiteSpace=wrap;html=1;fillColor=#e3f2fd;strokeColor=#1565c0;strokeWidth=1.2;fontSize=10;fontColor=#0d47a1;shadow=1;arcSize=6;" vertex="1" parent="1">
          <mxGeometry x="1480" y="520" width="175" height="50" as="geometry" />
        </mxCell>
        <mxCell id="rr_panel_ts" value="Timeseries&#10;Scalars, Series" style="rounded=1;whiteSpace=wrap;html=1;fillColor=#e3f2fd;strokeColor=#1565c0;strokeWidth=1.2;fontSize=10;fontColor=#0d47a1;shadow=1;arcSize=6;" vertex="1" parent="1">
          <mxGeometry x="1665" y="520" width="175" height="50" as="geometry" />
        </mxCell>
        <mxCell id="rr_panel_text" value="Text View&#10;TextLog" style="rounded=1;whiteSpace=wrap;html=1;fillColor=#e3f2fd;strokeColor=#1565c0;strokeWidth=1.2;fontSize=10;fontColor=#0d47a1;shadow=1;arcSize=6;" vertex="1" parent="1">
          <mxGeometry x="1480" y="580" width="175" height="50" as="geometry" />
        </mxCell>
        <mxCell id="rr_panel_tf" value="Transform&#10;Transform3D, Pinhole" style="rounded=1;whiteSpace=wrap;html=1;fillColor=#e3f2fd;strokeColor=#1565c0;strokeWidth=1.2;fontSize=10;fontColor=#0d47a1;shadow=1;arcSize=6;" vertex="1" parent="1">
          <mxGeometry x="1665" y="580" width="175" height="50" as="geometry" />
        </mxCell>

        <!-- Notes -->
        <mxCell id="note1" value="Subscription Flow (Foxglove)&#10;1. Studio subscribes channel (WS)&#10;2. FoxgloveServer calls send_control(url)&#10;3. ProxyServer starts forwarding data&#10;4. on_data() -&gt; convert() -&gt; WS binary frame" style="shape=note;whiteSpace=wrap;html=1;backgroundOutline=1;size=14;fillColor=#e8f5e9;strokeColor=#2e7d32;fontSize=10;fontColor=#1b5e20;align=left;fontStyle=1;" vertex="1" parent="1">
          <mxGeometry x="1480" y="650" width="360" height="95" as="geometry" />
        </mxCell>
        <mxCell id="note2" value="Subscription Flow (Rerun)&#10;1. RerunServer auto-subscribes ALL URLs&#10;2. on_data() -&gt; find_all_mappings()&#10;3. convert_and_log() for each mapping&#10;4. log to Rerun SDK (gRPC stream)" style="shape=note;whiteSpace=wrap;html=1;backgroundOutline=1;size=14;fillColor=#e3f2fd;strokeColor=#1565c0;fontSize=10;fontColor=#0d47a1;align=left;fontStyle=1;" vertex="1" parent="1">
          <mxGeometry x="1480" y="755" width="360" height="95" as="geometry" />
        </mxCell>

        <!-- Bridges -> Viewers -->
        <mxCell id="e_fg_studio" value="WebSocket&#10;ws://host:8765" style="endArrow=classic;endFill=1;html=1;strokeWidth=2.2;strokeColor=#2e7d32;fontSize=11;fontStyle=2;fontColor=#1b5e20;labelBackgroundColor=#ffffff;edgeStyle=orthogonalEdgeStyle;rounded=1;exitX=1;exitY=0.3;exitDx=0;exitDy=0;entryX=0;entryY=0.5;entryDx=0;entryDy=0;" edge="1" source="fg_bg" target="foxglove_studio" parent="1">
          <mxGeometry relative="1" as="geometry" />
        </mxCell>
        <mxCell id="e_rr_viewer" value="gRPC stream&#10;rerun+http://host:9876" style="endArrow=classic;endFill=1;html=1;strokeWidth=2.2;strokeColor=#1565c0;fontSize=11;fontStyle=2;fontColor=#0d47a1;labelBackgroundColor=#ffffff;edgeStyle=orthogonalEdgeStyle;rounded=1;exitX=1;exitY=0.3;exitDx=0;exitDy=0;entryX=0;entryY=0.5;entryDx=0;entryDy=0;" edge="1" source="rr_bg" target="rerun_viewer" parent="1">
          <mxGeometry relative="1" as="geometry" />
        </mxCell>

        <!-- Offline conversion path (bottom strip, left of col3 to avoid collision with rr_bg) -->
        <mxCell id="offline_bg" value="" style="rounded=1;whiteSpace=wrap;html=1;fillColor=#fafafa;strokeColor=#bdbdbd;strokeWidth=1.3;arcSize=6;dashed=1;" vertex="1" parent="1">
          <mxGeometry x="40" y="730" width="780" height="200" as="geometry" />
        </mxCell>
        <mxCell id="offline_title" value="Offline Conversion Path" style="text;html=1;align=left;verticalAlign=middle;strokeColor=none;fillColor=none;fontSize=13;fontStyle=1;fontColor=#546e7a;" vertex="1" parent="1">
          <mxGeometry x="60" y="740" width="260" height="22" as="geometry" />
        </mxCell>

        <mxCell id="bag2mcap" value="vlink-bag2mcap&#10;uses FoxgloveConverter" style="rounded=1;whiteSpace=wrap;html=1;fillColor=#c8e6c9;strokeColor=#2e7d32;strokeWidth=1.3;fontSize=11;fontStyle=1;fontColor=#1b5e20;shadow=1;arcSize=6;" vertex="1" parent="1">
          <mxGeometry x="80" y="775" width="200" height="50" as="geometry" />
        </mxCell>
        <mxCell id="bag2rrd" value="vlink-bag2rrd&#10;uses RerunConverter" style="rounded=1;whiteSpace=wrap;html=1;fillColor=#bbdefb;strokeColor=#1565c0;strokeWidth=1.3;fontSize=11;fontStyle=1;fontColor=#0d47a1;shadow=1;arcSize=6;" vertex="1" parent="1">
          <mxGeometry x="80" y="845" width="200" height="50" as="geometry" />
        </mxCell>

        <mxCell id="mcap_out" value=".mcap" style="shape=cylinder3;whiteSpace=wrap;html=1;boundedLbl=1;backgroundOutline=1;size=10;fillColor=#c8e6c9;strokeColor=#2e7d32;fontSize=12;fontStyle=1;fontColor=#1b5e20;" vertex="1" parent="1">
          <mxGeometry x="320" y="770" width="100" height="60" as="geometry" />
        </mxCell>
        <mxCell id="rrd_out" value=".rrd" style="shape=cylinder3;whiteSpace=wrap;html=1;boundedLbl=1;backgroundOutline=1;size=10;fillColor=#bbdefb;strokeColor=#1565c0;fontSize=12;fontStyle=1;fontColor=#0d47a1;" vertex="1" parent="1">
          <mxGeometry x="320" y="840" width="100" height="60" as="geometry" />
        </mxCell>

        <mxCell id="mcap_open" value="Open in Foxglove Studio" style="text;html=1;align=left;verticalAlign=middle;strokeColor=none;fillColor=none;fontSize=11;fontStyle=1;fontColor=#2e7d32;" vertex="1" parent="1">
          <mxGeometry x="440" y="782" width="320" height="30" as="geometry" />
        </mxCell>
        <mxCell id="rrd_open" value="Open in Rerun Viewer" style="text;html=1;align=left;verticalAlign=middle;strokeColor=none;fillColor=none;fontSize=11;fontStyle=1;fontColor=#1565c0;" vertex="1" parent="1">
          <mxGeometry x="440" y="852" width="320" height="30" as="geometry" />
        </mxCell>

        <mxCell id="e_bag_mcap" style="endArrow=classic;endFill=1;html=1;strokeWidth=1.5;strokeColor=#2e7d32;edgeStyle=orthogonalEdgeStyle;rounded=1;dashed=1;" edge="1" source="offline_bag" target="bag2mcap" parent="1">
          <mxGeometry relative="1" as="geometry" />
        </mxCell>
        <mxCell id="e_bag_rrd" style="endArrow=classic;endFill=1;html=1;strokeWidth=1.5;strokeColor=#1565c0;edgeStyle=orthogonalEdgeStyle;rounded=1;dashed=1;" edge="1" source="offline_bag" target="bag2rrd" parent="1">
          <mxGeometry relative="1" as="geometry" />
        </mxCell>
        <mxCell id="e_mcap_out" style="endArrow=classic;endFill=1;html=1;strokeWidth=1.5;strokeColor=#2e7d32;edgeStyle=orthogonalEdgeStyle;rounded=1;" edge="1" source="bag2mcap" target="mcap_out" parent="1">
          <mxGeometry relative="1" as="geometry" />
        </mxCell>
        <mxCell id="e_rrd_out" style="endArrow=classic;endFill=1;html=1;strokeWidth=1.5;strokeColor=#1565c0;edgeStyle=orthogonalEdgeStyle;rounded=1;" edge="1" source="bag2rrd" target="rrd_out" parent="1">
          <mxGeometry relative="1" as="geometry" />
        </mxCell>

        <!-- Legend (bottom-left in empty corner; but offline now uses that area. Move legend to top-right small area is crowded - put into frontend column below notes is crowded too. Let's place legend in bottom strip 1230-1420 which is empty above offline... actually offline bg extends to 1420 x=40-1420. Put legend below viewer in col4) -->
        <mxCell id="legend_bg" value="" style="rounded=1;whiteSpace=wrap;html=1;fillColor=#fafafa;strokeColor=#bdbdbd;strokeWidth=1.3;arcSize=4;" vertex="1" parent="1">
          <mxGeometry x="1460" y="900" width="400" height="80" as="geometry" />
        </mxCell>
        <mxCell id="legend_title" value="Legend" style="text;html=1;align=left;verticalAlign=middle;strokeColor=none;fillColor=none;fontSize=12;fontStyle=1;fontColor=#37474f;" vertex="1" parent="1">
          <mxGeometry x="1474" y="906" width="80" height="20" as="geometry" />
        </mxCell>
        <mxCell id="lg1" value="" style="rounded=1;whiteSpace=wrap;html=1;fillColor=#c8e6c9;strokeColor=#2e7d32;" vertex="1" parent="1">
          <mxGeometry x="1474" y="932" width="18" height="12" as="geometry" />
        </mxCell>
        <mxCell id="lg1t" value="vlink-foxglove (C++ WS bridge)" style="text;html=1;align=left;verticalAlign=middle;strokeColor=none;fillColor=none;fontSize=10;fontColor=#455a64;" vertex="1" parent="1">
          <mxGeometry x="1498" y="928" width="200" height="20" as="geometry" />
        </mxCell>
        <mxCell id="lg2" value="" style="rounded=1;whiteSpace=wrap;html=1;fillColor=#bbdefb;strokeColor=#1565c0;" vertex="1" parent="1">
          <mxGeometry x="1710" y="932" width="18" height="12" as="geometry" />
        </mxCell>
        <mxCell id="lg2t" value="vlink-rerun (C++ bridge)" style="text;html=1;align=left;verticalAlign=middle;strokeColor=none;fillColor=none;fontSize=10;fontColor=#455a64;" vertex="1" parent="1">
          <mxGeometry x="1734" y="928" width="150" height="20" as="geometry" />
        </mxCell>
        <mxCell id="lg3" value="" style="rounded=1;whiteSpace=wrap;html=1;fillColor=#fff8e1;strokeColor=#ef6c00;" vertex="1" parent="1">
          <mxGeometry x="1474" y="954" width="18" height="12" as="geometry" />
        </mxCell>
        <mxCell id="lg3t" value="ProxyServer" style="text;html=1;align=left;verticalAlign=middle;strokeColor=none;fillColor=none;fontSize=10;fontColor=#455a64;" vertex="1" parent="1">
          <mxGeometry x="1498" y="950" width="100" height="20" as="geometry" />
        </mxCell>
        <mxCell id="lg4" value="" style="rounded=1;whiteSpace=wrap;html=1;fillColor=#eceff1;strokeColor=#455a64;" vertex="1" parent="1">
          <mxGeometry x="1610" y="954" width="18" height="12" as="geometry" />
        </mxCell>
        <mxCell id="lg4t" value="VLink app nodes" style="text;html=1;align=left;verticalAlign=middle;strokeColor=none;fillColor=none;fontSize=10;fontColor=#455a64;" vertex="1" parent="1">
          <mxGeometry x="1634" y="950" width="120" height="20" as="geometry" />
        </mxCell>

      </root>
    </mxGraphModel>
  </diagram>
</mxfile>
